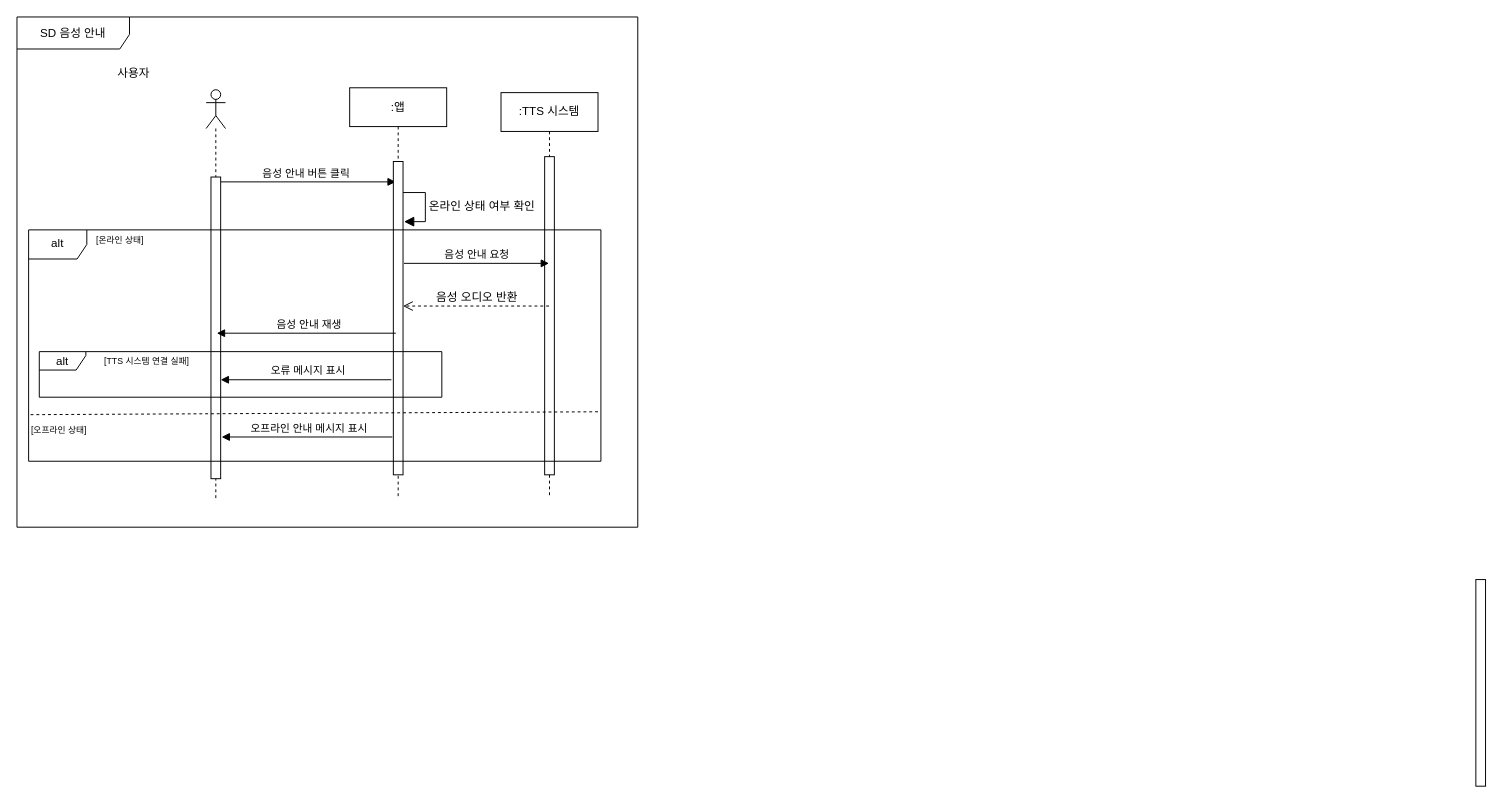
This is page "음성 안내" (7 of 8) of sd.drawio from wnthsk/sejujun, a draw.io file, before an edit. Source tidied: cells renumbered, new cells numbered last; positions are measured from the earlier drawing's top-left corner, leaving out a move shared by most shapes. Both pictures are drawn from the tidied source at 97%, with x=0, y=0 at pixel (16, 16).
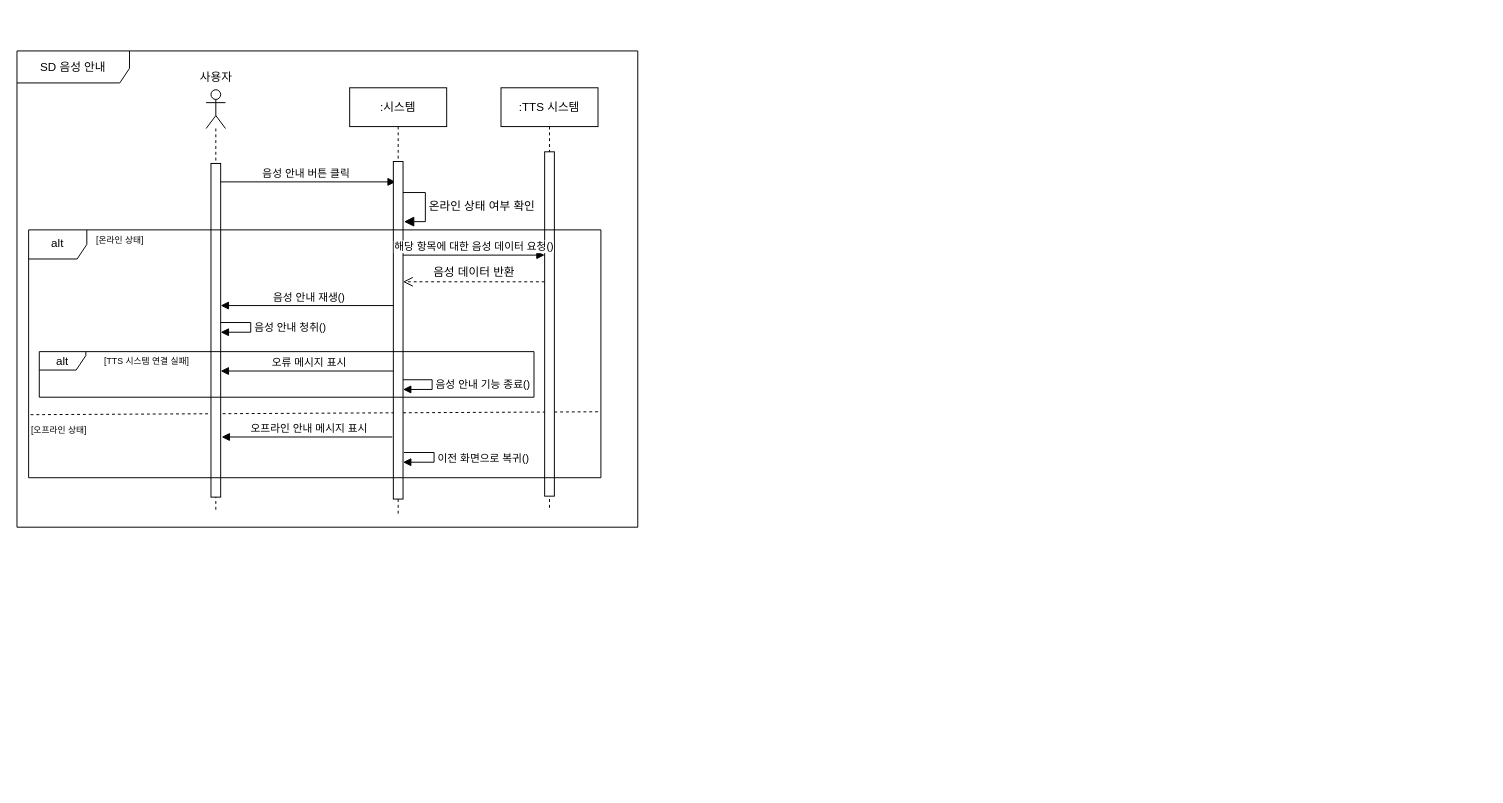
The same diagram, later.

Change to the diagram source:
```diff
@@
+    <mxCell id="20" style="endArrow=none;dashed=1;html=1;rounded=0;exitX=0.001;exitY=0.5;exitDx=0;exitDy=0;exitPerimeter=0;" parent="1" edge="1">
+      <mxGeometry relative="1" as="geometry">
+        <mxPoint x="14" y="410" as="sourcePoint" />
+        <mxPoint x="601" y="407" as="targetPoint" />
+      </mxGeometry>
+    </mxCell>
     <mxCell id="2" value="SD 음성 안내" style="shape=umlFrame;whiteSpace=wrap;html=1;width=116;height=33;" parent="1" vertex="1">
-      <mxGeometry width="640" height="526" as="geometry" />
+      <mxGeometry y="35" width="640" height="491" as="geometry" />
     </mxCell>
     <mxCell id="3" value="&lt;span style=&quot;font-weight: normal;&quot;&gt;사용자&lt;/span&gt;" style="text;align=center;fontStyle=1;verticalAlign=middle;spacingLeft=3;spacingRight=3;strokeColor=none;html=1;fontSize=12;" parent="1" vertex="1">
-      <mxGeometry x="85" y="43" width="70" height="30" as="geometry" />
+      <mxGeometry x="170" y="48" width="70" height="30" as="geometry" />
     </mxCell>
@@
-    <mxCell id="5" value=":앱" style="shape=umlLifeline;perimeter=lifelinePerimeter;whiteSpace=wrap;html=1;newEdgeStyle={&quot;curved&quot;:0,&quot;rounded&quot;:0};" parent="1" vertex="1">
-      <mxGeometry x="343" y="73" width="100" height="423" as="geometry" />
+    <mxCell id="5" value=":시스템" style="shape=umlLifeline;perimeter=lifelinePerimeter;whiteSpace=wrap;html=1;newEdgeStyle={&quot;curved&quot;:0,&quot;rounded&quot;:0};" parent="1" vertex="1">
+      <mxGeometry x="343" y="73" width="100" height="439" as="geometry" />
     </mxCell>
     <mxCell id="6" style="html=1;points=[[0,0,0,0,5],[0,1,0,0,-5],[1,0,0,0,5],[1,1,0,0,-5]];perimeter=orthogonalPerimeter;outlineConnect=0;targetShapes=umlLifeline;portConstraint=eastwest;newEdgeStyle={&quot;curved&quot;:0,&quot;rounded&quot;:0};" parent="5" vertex="1">
-      <mxGeometry x="45" y="76" width="10" height="323" as="geometry" />
+      <mxGeometry x="45" y="76" width="10" height="348" as="geometry" />
     </mxCell>
@@
+    <mxCell id="24" value="음성 안내 기능 종료()" style="html=1;align=left;spacingLeft=2;endArrow=block;rounded=0;edgeStyle=orthogonalEdgeStyle;curved=0;rounded=0;" parent="5" edge="1">
+      <mxGeometry relative="1" as="geometry">
+        <mxPoint x="55" y="301" as="sourcePoint" />
+        <mxPoint x="55" y="311" as="targetPoint" />
+        <Array as="points">
+          <mxPoint x="85" y="301" />
+          <mxPoint x="85" y="311" />
+        </Array>
+      </mxGeometry>
+    </mxCell>
+    <mxCell id="25" value="이전 화면으로 복귀()" style="html=1;align=left;spacingLeft=2;endArrow=block;rounded=0;edgeStyle=orthogonalEdgeStyle;curved=0;rounded=0;exitX=1.1;exitY=0.839;exitDx=0;exitDy=0;exitPerimeter=0;" parent="5" edge="1">
+      <mxGeometry relative="1" as="geometry">
+        <mxPoint x="56" y="376" as="sourcePoint" />
+        <mxPoint x="55" y="386" as="targetPoint" />
+        <Array as="points">
+          <mxPoint x="87" y="376" />
+          <mxPoint x="87" y="386" />
+        </Array>
+      </mxGeometry>
+    </mxCell>
     <mxCell id="8" style="shape=umlLifeline;perimeter=lifelinePerimeter;whiteSpace=wrap;html=1;outlineConnect=0;portConstraint=eastwest;newEdgeStyle={&quot;curved&quot;:0,&quot;rounded&quot;:0};participant=umlActor;size=40;" parent="1" vertex="1">
-      <mxGeometry x="195" y="75" width="20" height="423" as="geometry" />
+      <mxGeometry x="195" y="75" width="20" height="434" as="geometry" />
     </mxCell>
     <mxCell id="9" style="html=1;points=[[0,0,0,0,5],[0,1,0,0,-5],[1,0,0,0,5],[1,1,0,0,-5]];perimeter=orthogonalPerimeter;outlineConnect=0;targetShapes=umlLifeline;portConstraint=eastwest;newEdgeStyle={&quot;curved&quot;:0,&quot;rounded&quot;:0};" parent="8" vertex="1">
-      <mxGeometry x="5" y="90" width="10" height="311" as="geometry" />
+      <mxGeometry x="5" y="76" width="10" height="344" as="geometry" />
     </mxCell>
+    <mxCell id="26" value="음성 안내 청취()" style="html=1;align=left;spacingLeft=2;endArrow=block;rounded=0;edgeStyle=orthogonalEdgeStyle;curved=0;rounded=0;" parent="8" edge="1" source="9" target="9">
+      <mxGeometry relative="1" as="geometry">
+        <Array as="points">
+          <mxPoint x="46" y="240" />
+          <mxPoint x="46" y="250" />
+        </Array>
+      </mxGeometry>
+    </mxCell>
     <mxCell id="10" value=":TTS 시스템" style="shape=umlLifeline;perimeter=lifelinePerimeter;whiteSpace=wrap;html=1;newEdgeStyle={&quot;curved&quot;:0,&quot;rounded&quot;:0};" parent="1" vertex="1">
-      <mxGeometry x="499" y="78" width="100" height="417" as="geometry" />
+      <mxGeometry x="499" y="73" width="100" height="435" as="geometry" />
     </mxCell>
-    <mxCell id="11" style="html=1;perimeter=orthogonalPerimeter;targetShapes=umlLifeline;newEdgeStyle={&quot;curved&quot;:0,&quot;rounded&quot;:0};" parent="10" vertex="1">
-      <mxGeometry x="1005" y="502" width="10" height="213" as="geometry" />
-    </mxCell>
     <mxCell id="12" style="html=1;perimeter=orthogonalPerimeter;targetShapes=umlLifeline;newEdgeStyle={&quot;curved&quot;:0,&quot;rounded&quot;:0};" parent="10" vertex="1">
-      <mxGeometry x="45" y="66" width="10" height="328" as="geometry" />
+      <mxGeometry x="45" y="66" width="10" height="355" as="geometry" />
     </mxCell>
     <mxCell id="13" value="alt" style="shape=umlFrame;whiteSpace=wrap;html=1;" parent="1" vertex="1">
-      <mxGeometry x="12" y="219.5" width="590" height="238.5" as="geometry" />
+      <mxGeometry x="12" y="219.5" width="590" height="255.5" as="geometry" />
     </mxCell>
@@
-    <mxCell id="15" value="오류 메시지 표시" style="html=1;verticalAlign=bottom;endArrow=block;curved=0;rounded=0;" parent="1" edge="1">
+    <mxCell id="15" value="오류 메시지 표시" style="html=1;verticalAlign=bottom;endArrow=block;curved=0;rounded=0;" parent="1" edge="1" source="6">
       <mxGeometry x="-0.02" relative="1" as="geometry">
-        <mxPoint x="386" y="374" as="sourcePoint" />
-        <mxPoint x="210" y="374" as="targetPoint" />
+        <mxPoint x="210" y="365" as="targetPoint" />
       </mxGeometry>
     </mxCell>
-    <mxCell id="16" value="음성 안내 요청" style="html=1;verticalAlign=bottom;endArrow=block;curved=0;rounded=0;" parent="1" edge="1">
+    <mxCell id="16" value="해당 항목에 대한 음성 데이터 요청()" style="html=1;verticalAlign=bottom;endArrow=block;curved=0;rounded=0;" parent="1" edge="1">
       <mxGeometry relative="1" as="geometry">
-        <mxPoint x="399" y="254" as="sourcePoint" />
-        <mxPoint x="548.5" y="254" as="targetPoint" />
+        <mxPoint x="398" y="245.5" as="sourcePoint" />
+        <mxPoint x="544" y="245.5" as="targetPoint" />
       </mxGeometry>
     </mxCell>
-    <mxCell id="17" value="음성 안내 재생" style="html=1;verticalAlign=bottom;endArrow=block;curved=0;rounded=0;" parent="1" edge="1">
+    <mxCell id="17" value="음성 안내 재생()" style="html=1;verticalAlign=bottom;endArrow=block;curved=0;rounded=0;" parent="1" edge="1">
       <mxGeometry x="-0.02" relative="1" as="geometry">
-        <mxPoint x="390.5" y="326" as="sourcePoint" />
-        <mxPoint x="206" y="326" as="targetPoint" />
+        <mxPoint x="388" y="297.5" as="sourcePoint" />
+        <mxPoint x="210" y="297.5" as="targetPoint" />
       </mxGeometry>
     </mxCell>
-    <mxCell id="18" value="음성 오디오 반환" style="html=1;verticalAlign=bottom;endArrow=open;dashed=1;endSize=8;curved=0;rounded=0;fontSize=12;" parent="1" edge="1">
+    <mxCell id="18" value="음성 데이터 반환" style="html=1;verticalAlign=bottom;endArrow=open;dashed=1;endSize=8;curved=0;rounded=0;fontSize=12;" parent="1" edge="1">
       <mxGeometry relative="1" as="geometry">
-        <mxPoint x="548.5" y="298" as="sourcePoint" />
-        <mxPoint x="398" y="298" as="targetPoint" />
+        <mxPoint x="544" y="273" as="sourcePoint" />
+        <mxPoint x="398" y="273" as="targetPoint" />
       </mxGeometry>
     </mxCell>
     <mxCell id="19" value="alt" style="shape=umlFrame;whiteSpace=wrap;html=1;width=48;height=19;" parent="1" vertex="1">
-      <mxGeometry x="23" y="345" width="415" height="47" as="geometry" />
+      <mxGeometry x="23" y="345" width="510" height="47" as="geometry" />
     </mxCell>
-    <mxCell id="20" style="endArrow=none;dashed=1;html=1;rounded=0;exitX=0.001;exitY=0.5;exitDx=0;exitDy=0;exitPerimeter=0;" parent="1" edge="1">
-      <mxGeometry relative="1" as="geometry">
-        <mxPoint x="14" y="410" as="sourcePoint" />
-        <mxPoint x="601" y="407" as="targetPoint" />
-      </mxGeometry>
-    </mxCell>
```
